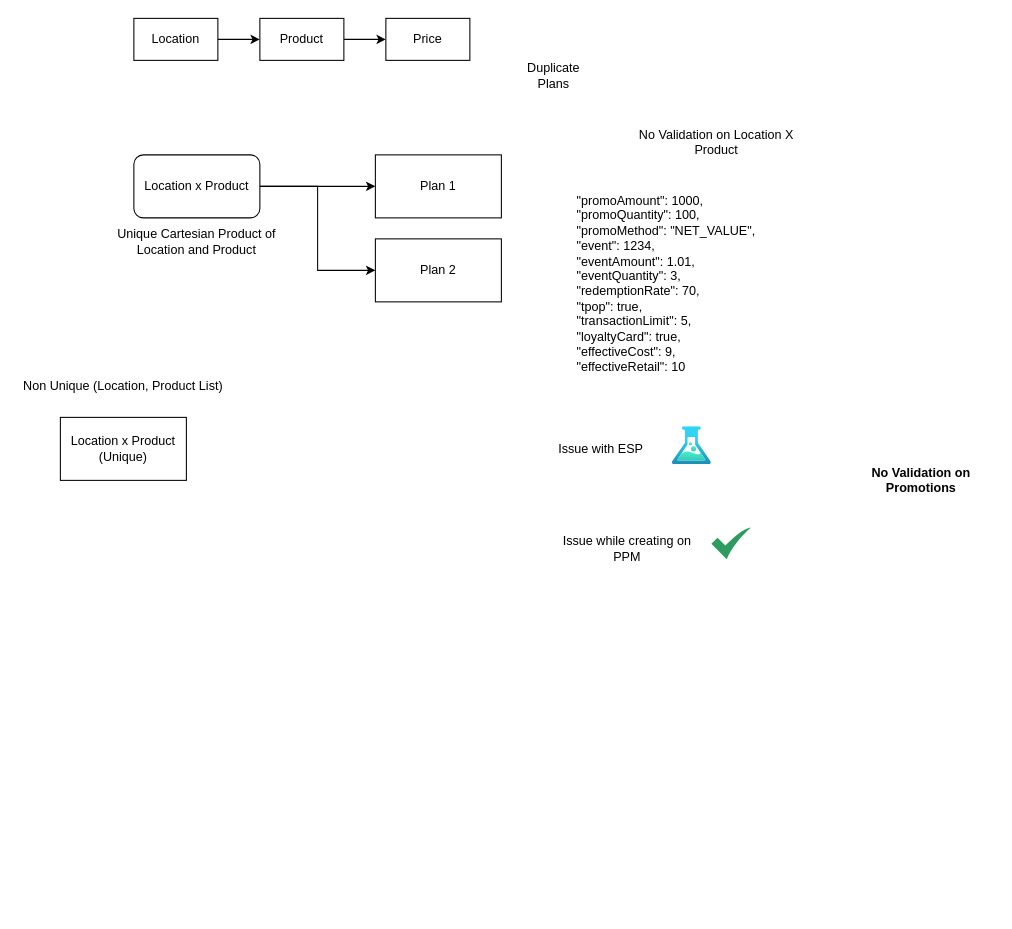
Before: page "Multi Plan" (8 of 9) of kroger.drawio in aayush-tuladhar-kr/drawio, a draw.io diagram. Source tidied: cells renumbered, new cells numbered last; positions are measured from the earlier drawing's top-left corner, leaving out a move shared by most shapes. Both pictures are drawn from the tidied source at 105%, with x=0, y=0 at pixel (18, 18).
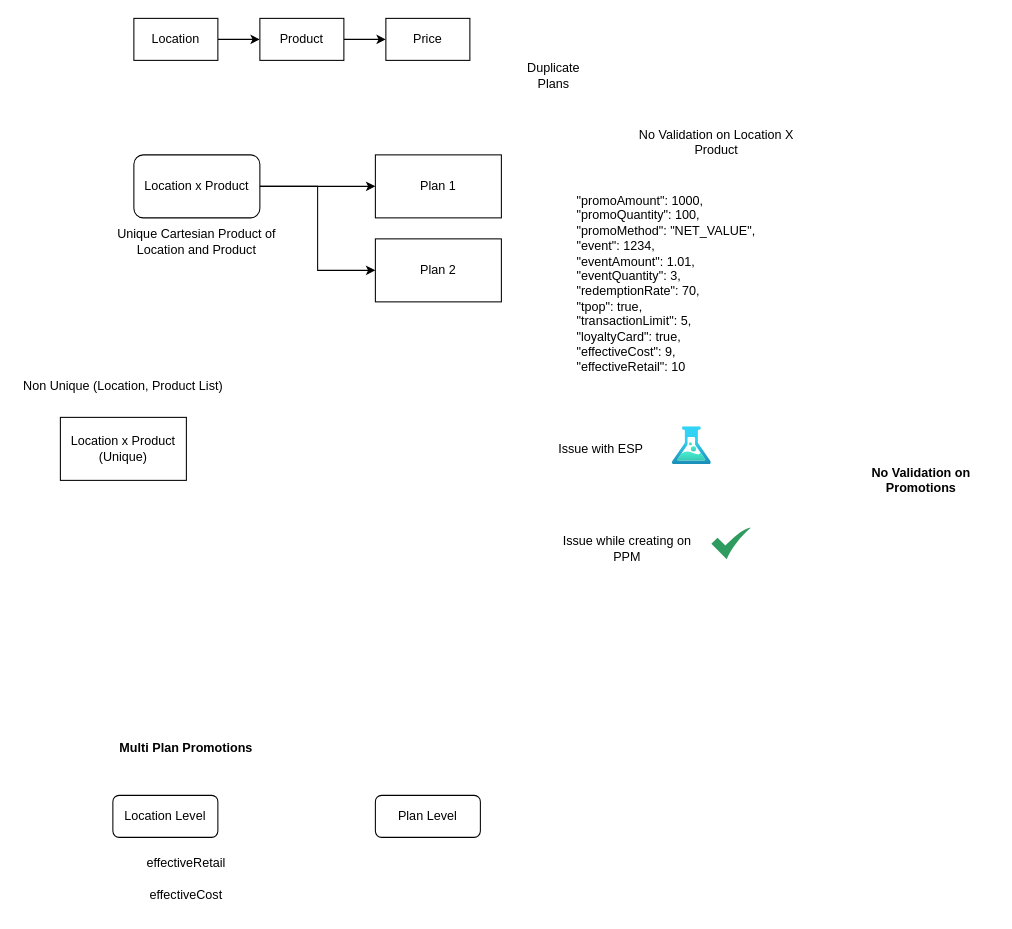
The same diagram, later.

Diff of the diagram source:
```diff
@@
+    <mxCell id="23" value="Location Level" style="rounded=1;whiteSpace=wrap;html=1;" parent="1" vertex="1">
+      <mxGeometry x="90" y="740" width="100" height="40" as="geometry" />
+    </mxCell>
+    <mxCell id="24" value="effectiveRetail" style="text;html=1;align=center;verticalAlign=middle;whiteSpace=wrap;rounded=0;" parent="1" vertex="1">
+      <mxGeometry x="130" y="790" width="60" height="30" as="geometry" />
+    </mxCell>
+    <mxCell id="25" value="Plan Level" style="rounded=1;whiteSpace=wrap;html=1;" parent="1" vertex="1">
+      <mxGeometry x="340" y="740" width="100" height="40" as="geometry" />
+    </mxCell>
+    <mxCell id="26" value="effectiveCost" style="text;html=1;align=center;verticalAlign=middle;whiteSpace=wrap;rounded=0;" parent="1" vertex="1">
+      <mxGeometry x="130" y="820" width="60" height="30" as="geometry" />
+    </mxCell>
+    <mxCell id="27" value="Multi Plan Promotions" style="text;html=1;align=center;verticalAlign=middle;whiteSpace=wrap;rounded=0;fontStyle=1;" parent="1" vertex="1">
+      <mxGeometry x="85" y="680" width="150" height="30" as="geometry" />
+    </mxCell>
```
